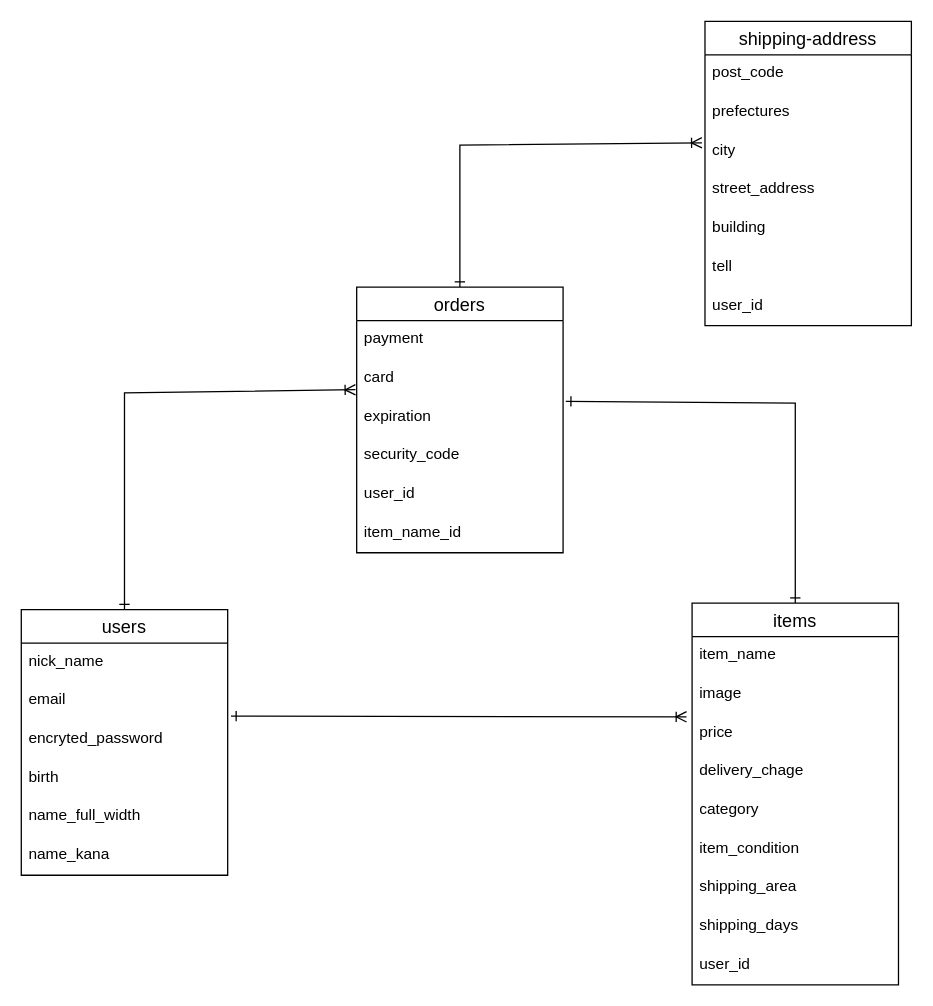
Before: furima.dio in sayo1718/furima-39208, a draw.io diagram. Source tidied: cells renumbered, new cells numbered last; positions are measured from the earlier drawing's top-left corner, leaving out a move shared by most shapes. Both pictures are drawn from the tidied source at 129%, with x=0, y=0 at pixel (21, 21).
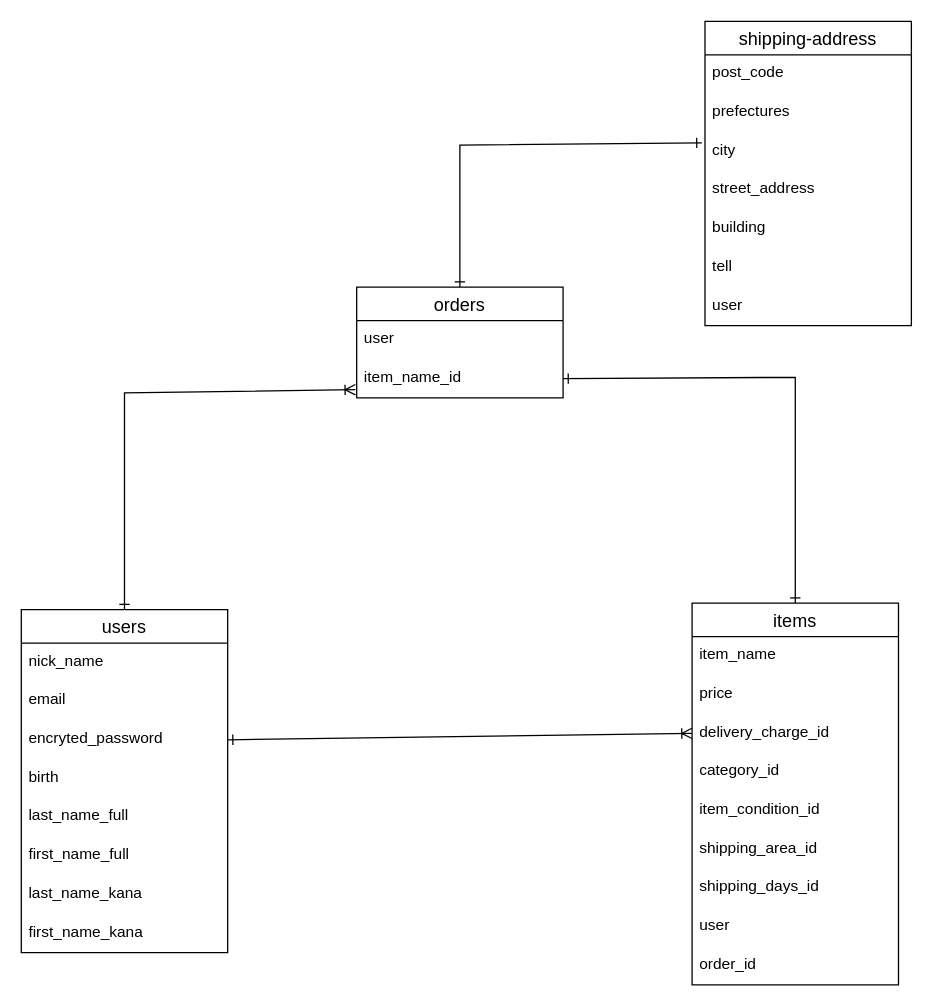
The same page after the edit.

The change refers to these unchanged cells:
```xml
<mxCell id="5" value="email" style="text;strokeColor=none;fillColor=none;spacingLeft=4;spacingRight=4;overflow=hidden;points=[[0,0.5],[1,0.5]];portConstraint=eastwest;fontSize=12;" parent="3" vertex="1">
  <mxGeometry y="56" width="160" height="30" as="geometry" />
</mxCell>
<mxCell id="6" value="encryted_password" style="text;strokeColor=none;fillColor=none;spacingLeft=4;spacingRight=4;overflow=hidden;points=[[0,0.5],[1,0.5]];portConstraint=eastwest;fontSize=12;" parent="3" vertex="1">
  <mxGeometry y="86" width="160" height="30" as="geometry" />
</mxCell>
<mxCell id="11" value="items" style="swimlane;fontStyle=0;horizontal=1;startSize=26;align=center;fontSize=14;" parent="1" vertex="1">
  <mxGeometry x="520" y="451" width="160" height="296" as="geometry" />
</mxCell>
<mxCell id="21" value="shipping-address" style="swimlane;fontStyle=0;horizontal=1;startSize=26;align=center;fontSize=14;" parent="1" vertex="1">
  <mxGeometry x="530" width="160" height="236" as="geometry" />
</mxCell>
<mxCell id="24" value="city" style="text;strokeColor=none;fillColor=none;spacingLeft=4;spacingRight=4;overflow=hidden;points=[[0,0.5],[1,0.5]];portConstraint=eastwest;fontSize=12;" parent="21" vertex="1">
  <mxGeometry y="86" width="160" height="30" as="geometry" />
</mxCell>
```

What changed in the source:
```diff
@@
-    <mxCell id="2" style="edgeStyle=none;html=1;exitX=0.5;exitY=0;exitDx=0;exitDy=0;entryX=-0.006;entryY=0.787;entryDx=0;entryDy=0;startArrow=ERone;startFill=0;endArrow=ERoneToMany;endFill=0;rounded=0;entryPerimeter=0;" parent="1" edge="1" source="3" target="32">
+    <mxCell id="2" style="edgeStyle=none;html=1;exitX=0.5;exitY=0;exitDx=0;exitDy=0;entryX=-0.006;entryY=0.787;entryDx=0;entryDy=0;startArrow=ERone;startFill=0;endArrow=ERoneToMany;endFill=0;rounded=0;entryPerimeter=0;" parent="1" edge="1" source="3">
       <mxGeometry relative="1" as="geometry">
+        <mxPoint x="259" y="285.6" as="targetPoint" />
         <Array as="points">
           <mxPoint x="80" y="288" />
         </Array>
       </mxGeometry>
     </mxCell>
     <mxCell id="3" value="users" style="swimlane;fontStyle=0;horizontal=1;startSize=26;align=center;fontSize=14;" parent="1" vertex="1">
-      <mxGeometry y="456" width="160" height="206" as="geometry" />
+      <mxGeometry y="456" width="160" height="266" as="geometry" />
     </mxCell>
@@
-    <mxCell id="8" value="name_full_width" style="text;strokeColor=none;fillColor=none;spacingLeft=4;spacingRight=4;overflow=hidden;fontSize=12;" parent="3" vertex="1">
+    <mxCell id="8" value="last_name_full" style="text;strokeColor=none;fillColor=none;spacingLeft=4;spacingRight=4;overflow=hidden;fontSize=12;" parent="3" vertex="1">
       <mxGeometry y="146" width="160" height="30" as="geometry" />
     </mxCell>
+    <mxCell id="38" value="first_name_full" style="text;strokeColor=none;fillColor=none;spacingLeft=4;spacingRight=4;overflow=hidden;fontSize=12;" parent="3" vertex="1">
+      <mxGeometry y="176" width="160" height="30" as="geometry" />
+    </mxCell>
+    <mxCell id="39" value="last_name_kana" style="text;strokeColor=none;fillColor=none;spacingLeft=4;spacingRight=4;overflow=hidden;fontSize=12;" parent="3" vertex="1">
+      <mxGeometry y="206" width="160" height="30" as="geometry" />
+    </mxCell>
-    <mxCell id="9" value="name_kana" style="text;strokeColor=none;fillColor=none;spacingLeft=4;spacingRight=4;overflow=hidden;fontSize=12;" parent="3" vertex="1">
-      <mxGeometry y="176" width="160" height="30" as="geometry" />
+    <mxCell id="9" value="first_name_kana" style="text;strokeColor=none;fillColor=none;spacingLeft=4;spacingRight=4;overflow=hidden;fontSize=12;" parent="3" vertex="1">
+      <mxGeometry y="236" width="160" height="30" as="geometry" />
     </mxCell>
-    <mxCell id="10" style="edgeStyle=none;html=1;exitX=0.5;exitY=0;exitDx=0;exitDy=0;rounded=0;startArrow=ERone;startFill=0;endArrow=ERone;endFill=0;entryX=1.013;entryY=1.087;entryDx=0;entryDy=0;entryPerimeter=0;" parent="1" edge="1" source="11" target="32">
+    <mxCell id="10" style="edgeStyle=none;html=1;exitX=0.5;exitY=0;exitDx=0;exitDy=0;rounded=0;startArrow=ERone;startFill=0;endArrow=ERone;endFill=0;entryX=1;entryY=0.5;entryDx=0;entryDy=0;" parent="1" edge="1" source="11" target="36">
       <mxGeometry relative="1" as="geometry">
         <Array as="points">
-          <mxPoint x="600" y="296" />
+          <mxPoint x="600" y="276" />
         </Array>
       </mxGeometry>
     </mxCell>
@@
-    <mxCell id="13" value="image" style="text;strokeColor=none;fillColor=none;spacingLeft=4;spacingRight=4;overflow=hidden;fontSize=12;" parent="11" vertex="1">
-      <mxGeometry y="56" width="160" height="30" as="geometry" />
-    </mxCell>
     <mxCell id="14" value="price" style="text;strokeColor=none;fillColor=none;spacingLeft=4;spacingRight=4;overflow=hidden;points=[[0,0.5],[1,0.5]];portConstraint=eastwest;fontSize=12;" parent="11" vertex="1">
-      <mxGeometry y="86" width="160" height="30" as="geometry" />
+      <mxGeometry y="56" width="160" height="30" as="geometry" />
     </mxCell>
-    <mxCell id="15" value="delivery_chage" style="text;strokeColor=none;fillColor=none;spacingLeft=4;spacingRight=4;overflow=hidden;points=[[0,0.5],[1,0.5]];portConstraint=eastwest;fontSize=12;" parent="11" vertex="1">
-      <mxGeometry y="116" width="160" height="30" as="geometry" />
+    <mxCell id="15" value="delivery_charge_id" style="text;strokeColor=none;fillColor=none;spacingLeft=4;spacingRight=4;overflow=hidden;points=[[0,0.5],[1,0.5]];portConstraint=eastwest;fontSize=12;" parent="11" vertex="1">
+      <mxGeometry y="86" width="160" height="30" as="geometry" />
     </mxCell>
-    <mxCell id="16" value="category" style="text;strokeColor=none;fillColor=none;spacingLeft=4;spacingRight=4;overflow=hidden;fontSize=12;" parent="11" vertex="1">
-      <mxGeometry y="146" width="160" height="30" as="geometry" />
+    <mxCell id="16" value="category_id" style="text;strokeColor=none;fillColor=none;spacingLeft=4;spacingRight=4;overflow=hidden;fontSize=12;" parent="11" vertex="1">
+      <mxGeometry y="116" width="160" height="30" as="geometry" />
     </mxCell>
-    <mxCell id="17" value="item_condition" style="text;strokeColor=none;fillColor=none;spacingLeft=4;spacingRight=4;overflow=hidden;fontSize=12;" parent="11" vertex="1">
-      <mxGeometry y="176" width="160" height="30" as="geometry" />
+    <mxCell id="17" value="item_condition_id" style="text;strokeColor=none;fillColor=none;spacingLeft=4;spacingRight=4;overflow=hidden;fontSize=12;" parent="11" vertex="1">
+      <mxGeometry y="146" width="160" height="30" as="geometry" />
     </mxCell>
-    <mxCell id="18" value="shipping_area" style="text;strokeColor=none;fillColor=none;spacingLeft=4;spacingRight=4;overflow=hidden;fontSize=12;" parent="11" vertex="1">
-      <mxGeometry y="206" width="160" height="30" as="geometry" />
+    <mxCell id="18" value="shipping_area_id" style="text;strokeColor=none;fillColor=none;spacingLeft=4;spacingRight=4;overflow=hidden;fontSize=12;" parent="11" vertex="1">
+      <mxGeometry y="176" width="160" height="30" as="geometry" />
     </mxCell>
-    <mxCell id="19" value="shipping_days" style="text;strokeColor=none;fillColor=none;spacingLeft=4;spacingRight=4;overflow=hidden;fontSize=12;" parent="11" vertex="1">
-      <mxGeometry y="236" width="160" height="30" as="geometry" />
+    <mxCell id="19" value="shipping_days_id" style="text;strokeColor=none;fillColor=none;spacingLeft=4;spacingRight=4;overflow=hidden;fontSize=12;" parent="11" vertex="1">
+      <mxGeometry y="206" width="160" height="30" as="geometry" />
     </mxCell>
-    <mxCell id="20" value="user_id" style="text;strokeColor=none;fillColor=none;spacingLeft=4;spacingRight=4;overflow=hidden;fontSize=12;" parent="11" vertex="1">
-      <mxGeometry y="266" width="160" height="30" as="geometry" />
+    <mxCell id="20" value="user" style="text;strokeColor=none;fillColor=none;spacingLeft=4;spacingRight=4;overflow=hidden;fontSize=12;" parent="11" vertex="1">
+      <mxGeometry y="236" width="160" height="30" as="geometry" />
     </mxCell>
+    <mxCell id="40" value="order_id" style="text;strokeColor=none;fillColor=none;spacingLeft=4;spacingRight=4;overflow=hidden;fontSize=12;" parent="11" vertex="1">
+      <mxGeometry y="266" width="160" height="30" as="geometry" />
+    </mxCell>
@@
-    <mxCell id="28" value="user_id" style="text;strokeColor=none;fillColor=none;spacingLeft=4;spacingRight=4;overflow=hidden;fontSize=12;" parent="21" vertex="1">
+    <mxCell id="28" value="user" style="text;strokeColor=none;fillColor=none;spacingLeft=4;spacingRight=4;overflow=hidden;fontSize=12;" parent="21" vertex="1">
       <mxGeometry y="206" width="160" height="30" as="geometry" />
     </mxCell>
-    <mxCell id="29" style="edgeStyle=none;html=1;exitX=0.5;exitY=0;exitDx=0;exitDy=0;entryX=-0.015;entryY=0.273;entryDx=0;entryDy=0;entryPerimeter=0;rounded=0;endArrow=ERoneToMany;endFill=0;startArrow=ERone;startFill=0;" parent="1" edge="1" source="30" target="24">
+    <mxCell id="29" style="edgeStyle=none;html=1;exitX=0.5;exitY=0;exitDx=0;exitDy=0;entryX=-0.015;entryY=0.273;entryDx=0;entryDy=0;entryPerimeter=0;rounded=0;endArrow=ERone;endFill=0;startArrow=ERone;startFill=0;" parent="1" edge="1" source="30" target="24">
       <mxGeometry relative="1" as="geometry">
         <Array as="points">
           <mxPoint x="340" y="96" />
         </Array>
       </mxGeometry>
     </mxCell>
     <mxCell id="30" value="orders" style="swimlane;fontStyle=0;horizontal=1;startSize=26;align=center;fontSize=14;" parent="1" vertex="1">
-      <mxGeometry x="260" y="206" width="160" height="206" as="geometry" />
+      <mxGeometry x="260" y="206" width="160" height="86" as="geometry" />
     </mxCell>
-    <mxCell id="31" value="payment" style="text;strokeColor=none;fillColor=none;spacingLeft=4;spacingRight=4;overflow=hidden;fontSize=12;" parent="30" vertex="1">
-      <mxGeometry y="26" width="160" height="30" as="geometry" />
-    </mxCell>
-    <mxCell id="32" value="card" style="text;strokeColor=none;fillColor=none;spacingLeft=4;spacingRight=4;overflow=hidden;points=[[0,0.5],[1,0.5]];portConstraint=eastwest;fontSize=12;" parent="30" vertex="1">
-      <mxGeometry y="56" width="160" height="30" as="geometry" />
-    </mxCell>
-    <mxCell id="33" value="expiration" style="text;strokeColor=none;fillColor=none;spacingLeft=4;spacingRight=4;overflow=hidden;fontSize=12;" parent="30" vertex="1">
-      <mxGeometry y="86" width="160" height="30" as="geometry" />
-    </mxCell>
-    <mxCell id="34" value="security_code" style="text;strokeColor=none;fillColor=none;spacingLeft=4;spacingRight=4;overflow=hidden;fontSize=12;" parent="30" vertex="1">
-      <mxGeometry y="116" width="160" height="30" as="geometry" />
-    </mxCell>
-    <mxCell id="35" value="user_id" style="text;strokeColor=none;fillColor=none;spacingLeft=4;spacingRight=4;overflow=hidden;fontSize=12;" parent="30" vertex="1">
-      <mxGeometry y="146" width="160" height="30" as="geometry" />
+    <mxCell id="35" value="user" style="text;strokeColor=none;fillColor=none;spacingLeft=4;spacingRight=4;overflow=hidden;fontSize=12;" parent="30" vertex="1">
+      <mxGeometry y="26" width="160" height="30" as="geometry" />
     </mxCell>
     <mxCell id="36" value="item_name_id" style="text;strokeColor=none;fillColor=none;spacingLeft=4;spacingRight=4;overflow=hidden;points=[[0,0.5],[1,0.5]];portConstraint=eastwest;fontSize=12;" parent="30" vertex="1">
-      <mxGeometry y="176" width="160" height="30" as="geometry" />
+      <mxGeometry y="56" width="160" height="30" as="geometry" />
     </mxCell>
-    <mxCell id="37" style="edgeStyle=none;html=1;exitX=1.016;exitY=0.887;exitDx=0;exitDy=0;exitPerimeter=0;entryX=-0.027;entryY=0.073;entryDx=0;entryDy=0;entryPerimeter=0;startArrow=ERone;startFill=0;endArrow=ERoneToMany;endFill=0;" parent="1" edge="1" source="5" target="14">
+    <mxCell id="37" style="edgeStyle=none;html=1;exitX=1;exitY=0.5;exitDx=0;exitDy=0;startArrow=ERone;startFill=0;endArrow=ERoneToMany;endFill=0;entryX=0;entryY=0.5;entryDx=0;entryDy=0;" parent="1" edge="1" source="6" target="15">
       <mxGeometry relative="1" as="geometry" />
     </mxCell>
```
